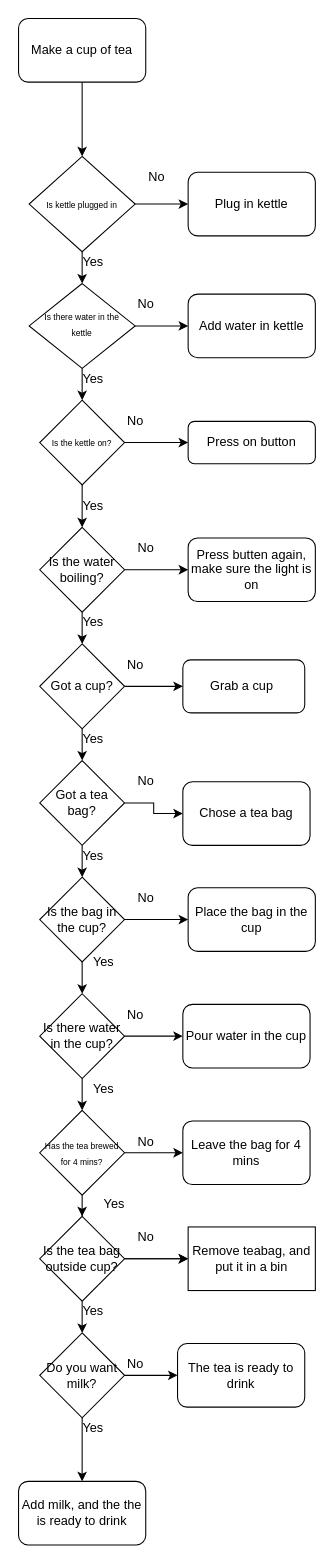
This is Untitled Diagram.drawio from shic0/Flowchart, a draw.io file, before an edit. Source tidied: cells renumbered, new cells numbered last; positions are measured from the earlier drawing's top-left corner, leaving out a move shared by most shapes. Both pictures are drawn from the tidied source at 106%, with x=0, y=0 at pixel (18, 18).
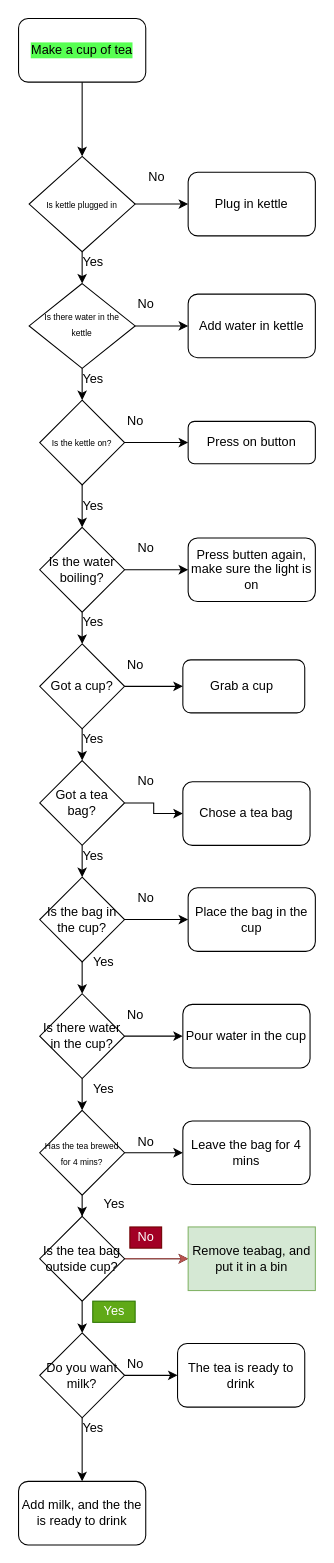
The same diagram, later.

Unchanged cells that the change refers to:
```xml
<mxCell id="60" value="Is the tea bag outside cup?" style="rhombus;whiteSpace=wrap;html=1;" parent="1" vertex="1">
  <mxGeometry x="20" y="1130" width="80" height="80" as="geometry" />
</mxCell>
```

Diff of the diagram source:
```diff
@@
+    <mxCell id="8" value="Make a cup of tea" style="rounded=1;whiteSpace=wrap;html=1;labelBackgroundColor=#57FF52;labelBorderColor=none;" parent="1" vertex="1">
+      <mxGeometry width="120" height="60" as="geometry" />
+    </mxCell>
@@
-    <mxCell id="8" value="Make a cup of tea" style="rounded=1;whiteSpace=wrap;html=1;" parent="1" vertex="1">
-      <mxGeometry width="120" height="60" as="geometry" />
-    </mxCell>
@@
-    <mxCell id="58" style="edgeStyle=orthogonalEdgeStyle;rounded=0;jettySize=auto;html=1;" parent="1" edge="1" source="60" target="65">
+    <mxCell id="58" style="edgeStyle=orthogonalEdgeStyle;rounded=0;jettySize=auto;html=1;fillColor=#f8cecc;strokeColor=#b85450;" parent="1" edge="1" source="60" target="65">
       <mxGeometry relative="1" as="geometry" />
     </mxCell>
@@
-    <mxCell id="65" value="Remove teabag, and put it in a bin" style="whiteSpace=wrap;html=1;" parent="1" vertex="1">
+    <mxCell id="65" value="Remove teabag, and put it in a bin" style="whiteSpace=wrap;html=1;fillColor=#d5e8d4;strokeColor=#82b366;" parent="1" vertex="1">
       <mxGeometry x="160" y="1140" width="120" height="60" as="geometry" />
     </mxCell>
-    <mxCell id="66" value="No" style="text;html=1;align=center;verticalAlign=middle;" parent="1" vertex="1">
+    <mxCell id="66" value="No" style="text;html=1;align=center;verticalAlign=middle;fillColor=#a20025;strokeColor=#6F0000;fontColor=#ffffff;" parent="1" vertex="1">
       <mxGeometry x="105" y="1140" width="30" height="20" as="geometry" />
     </mxCell>
-    <mxCell id="67" value="Yes" style="text;html=1;align=center;verticalAlign=middle;" parent="1" vertex="1">
-      <mxGeometry x="50" y="1210" width="40" height="20" as="geometry" />
+    <mxCell id="67" value="Yes" style="text;html=1;align=center;verticalAlign=middle;fillColor=#60a917;strokeColor=#2D7600;fontColor=#ffffff;" parent="1" vertex="1">
+      <mxGeometry x="70" y="1210" width="40" height="20" as="geometry" />
     </mxCell>
```
